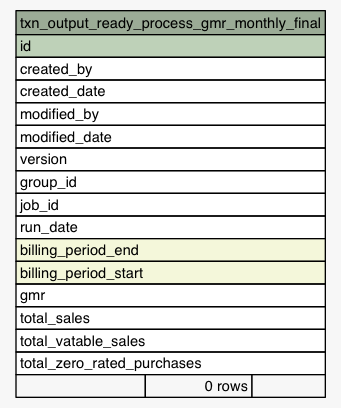
The Graphviz diagram Data/settlement/diagrams/summary/txn_output_ready_process_gmr_monthly_final.1degree.png in eyana-m/python-data-dictionary-writer, before a commit. Its source is kept beside it as Data/settlement/diagrams/summary/txn_output_ready_process_gmr_monthly_final.1degree.dot.
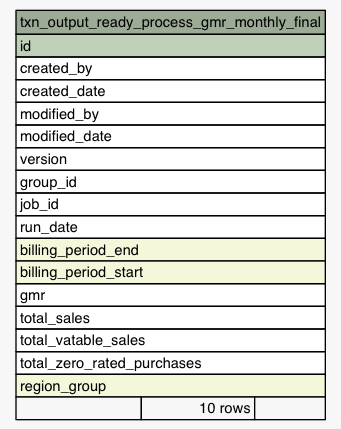
Above is the later version.

What changed in the source:
```diff
@@ -34,7 +34,8 @@
       <TR><TD PORT="total_sales" COLSPAN="3" ALIGN="LEFT">total_sales</TD></TR>
       <TR><TD PORT="total_vatable_sales" COLSPAN="3" ALIGN="LEFT">total_vatable_sales</TD></TR>
       <TR><TD PORT="total_zero_rated_purchases" COLSPAN="3" ALIGN="LEFT">total_zero_rated_purchases</TD></TR>
-      <TR><TD ALIGN="LEFT" BGCOLOR="#f7f7f7">  </TD><TD ALIGN="RIGHT" BGCOLOR="#f7f7f7">0 rows</TD><TD ALIGN="RIGHT" BGCOLOR="#f7f7f7">  </TD></TR>
+      <TR><TD PORT="region_group" COLSPAN="3" BGCOLOR="#f4f7da" ALIGN="LEFT">region_group</TD></TR>
+      <TR><TD ALIGN="LEFT" BGCOLOR="#f7f7f7">  </TD><TD ALIGN="RIGHT" BGCOLOR="#f7f7f7">10 rows</TD><TD ALIGN="RIGHT" BGCOLOR="#f7f7f7">  </TD></TR>
     </TABLE>>
     URL="tables/txn_output_ready_process_gmr_monthly_final.html"
     tooltip="txn_output_ready_process_gmr_monthly_final"
```
